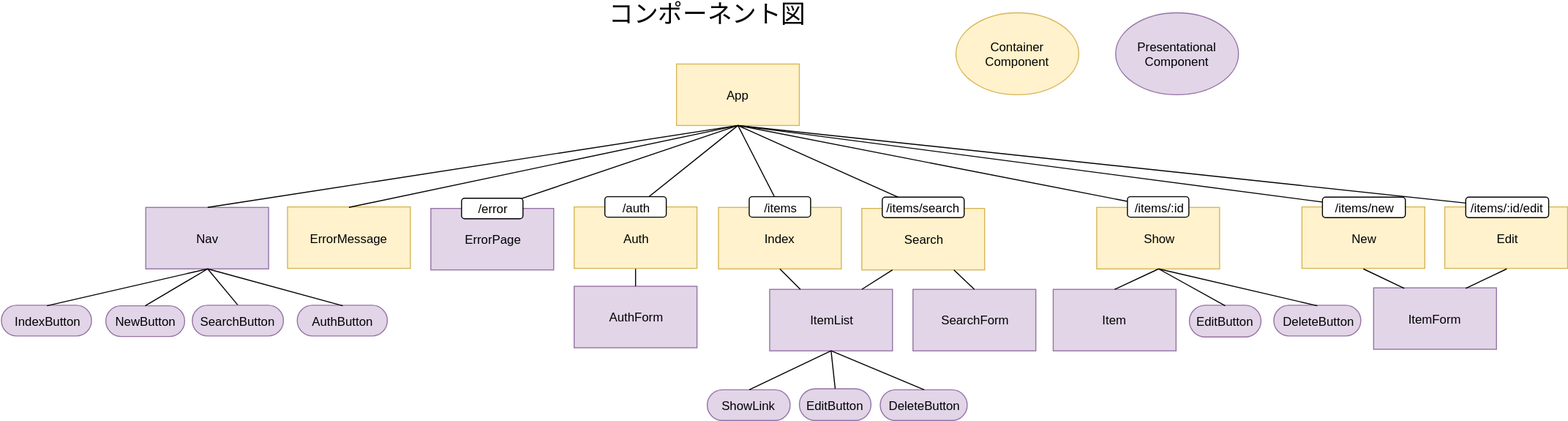
This is diagram/component.svg from emgniddikur/react-app, a draw.io export, as it was before one commit. Source tidied: cells renumbered, new cells last; positions are measured from the earlier drawing's top-left corner, leaving out a move shared by most shapes.
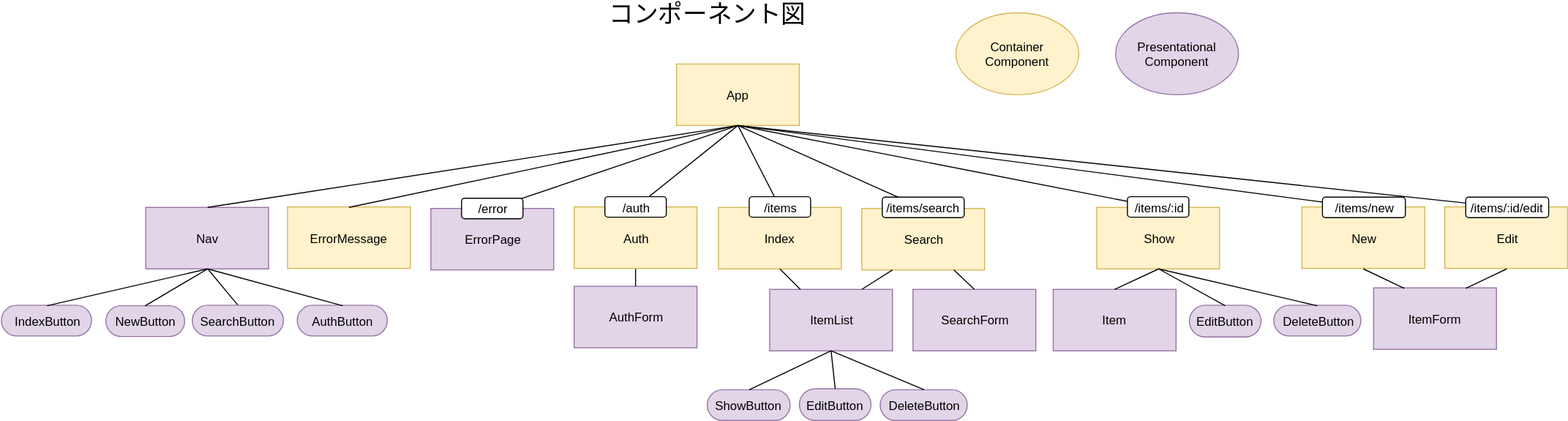
After the commit.

What changed in the source:
```diff
@@ -62,7 +62,7 @@
     <mxCell id="21" value="Item" style="rounded=0;whiteSpace=wrap;html=1;fillColor=#e1d5e7;strokeColor=#9673a6;" parent="1" vertex="1">
       <mxGeometry x="1028" y="270" width="120" height="60" as="geometry" />
     </mxCell>
-    <mxCell id="22" value="ShowLink" style="rounded=1;whiteSpace=wrap;html=1;arcSize=50;fillColor=#e1d5e7;strokeColor=#9673a6;" parent="1" vertex="1">
+    <mxCell id="22" value="ShowButton" style="rounded=1;whiteSpace=wrap;html=1;arcSize=50;fillColor=#e1d5e7;strokeColor=#9673a6;" parent="1" vertex="1">
       <mxGeometry x="690" y="368" width="81" height="30" as="geometry" />
     </mxCell>
     <mxCell id="23" value="SearchForm" style="rounded=0;whiteSpace=wrap;html=1;fillColor=#e1d5e7;strokeColor=#9673a6;" parent="1" vertex="1">
```
